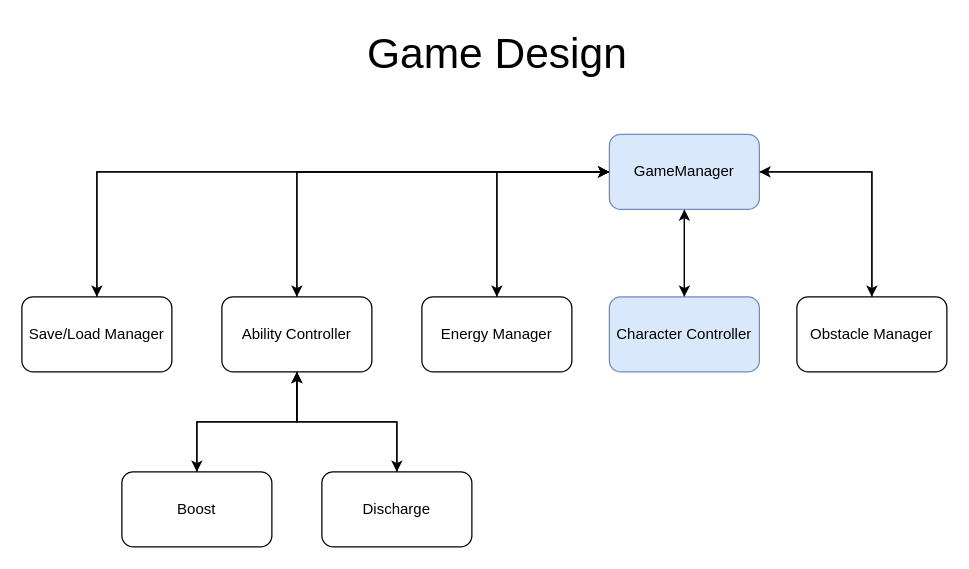
JodyLS27/space-invaders keeps this draw.io diagram as docs/umlDocs/RapidRecharge-GameDesign-Diagram.drawio. Above is the earlier version. Source tidied: cells renumbered, new cells numbered last; positions are measured from the earlier drawing's top-left corner, leaving out a move shared by most shapes. Both pictures are drawn from the tidied source at 125%, with x=0, y=0 at pixel (21, 21).
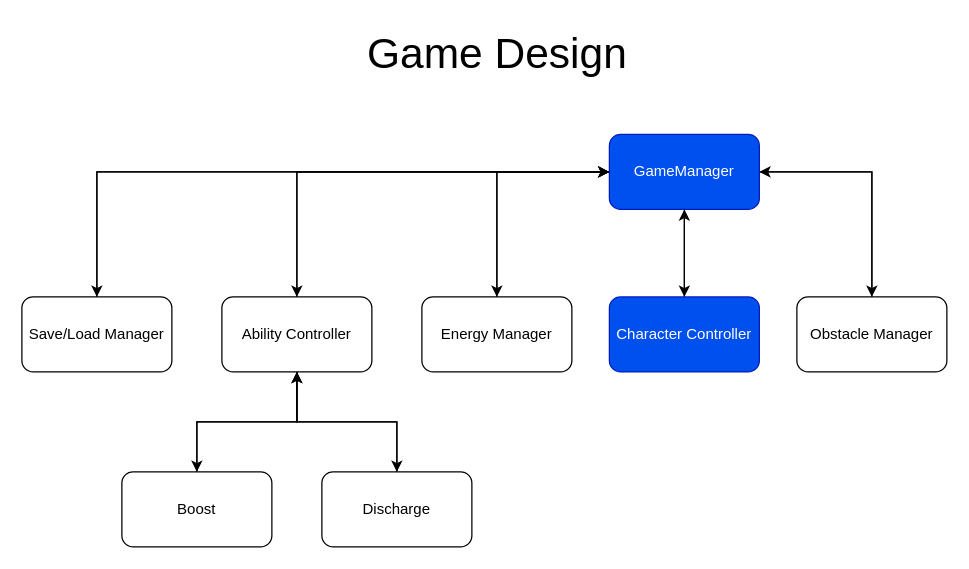
The same diagram, later.

Commit message (it also covers changes not shown here):
Updated .gitnore - Remvoed the need for .drawio.bkp files - Added mainLoop diagram - Updated loadPlayerInputType diagram

Diff of the diagram source:
```diff
@@
-    <mxCell id="7" value="GameManager" style="rounded=1;whiteSpace=wrap;html=1;fillColor=#dae8fc;strokeColor=#6c8ebf;" parent="1" vertex="1">
+    <mxCell id="7" value="GameManager" style="rounded=1;whiteSpace=wrap;html=1;fillColor=#0050ef;fontColor=#ffffff;strokeColor=#001DBC;" parent="1" vertex="1">
       <mxGeometry x="470" y="90" width="120" height="60" as="geometry" />
     </mxCell>
@@
-    <mxCell id="9" value="Character Controller" style="rounded=1;whiteSpace=wrap;html=1;fillColor=#dae8fc;strokeColor=#6c8ebf;" parent="1" vertex="1">
+    <mxCell id="9" value="Character Controller" style="rounded=1;whiteSpace=wrap;html=1;fillColor=#0050ef;fontColor=#ffffff;strokeColor=#001DBC;" parent="1" vertex="1">
       <mxGeometry x="470" y="220" width="120" height="60" as="geometry" />
     </mxCell>
```
